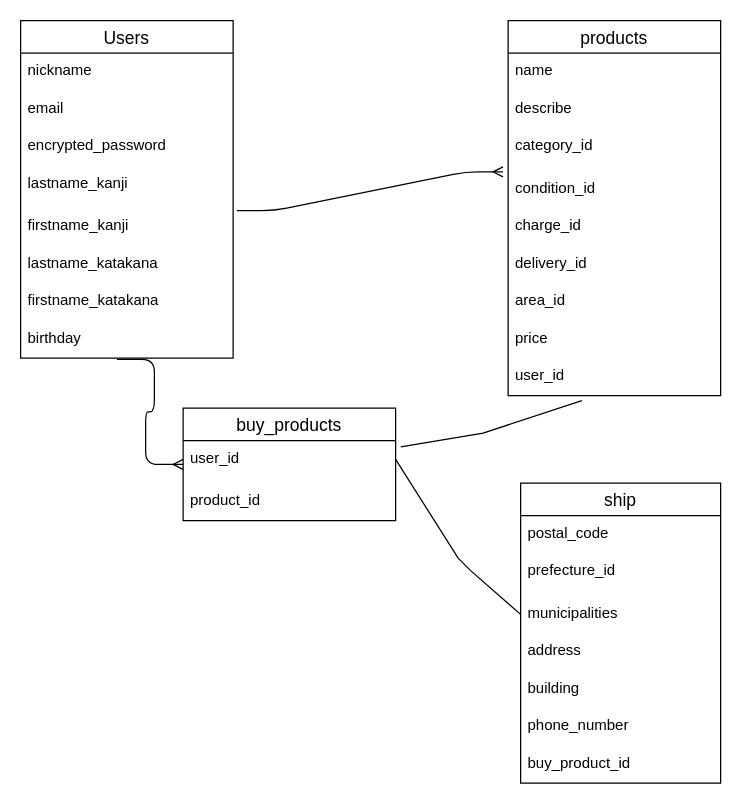
Before: test.dio in danburudoa/furima-34808, a draw.io diagram. Source tidied: cells renumbered, new cells numbered last; positions are measured from the earlier drawing's top-left corner, leaving out a move shared by most shapes. Both pictures are drawn from the tidied source at 125%, with x=0, y=0 at pixel (20, 20).
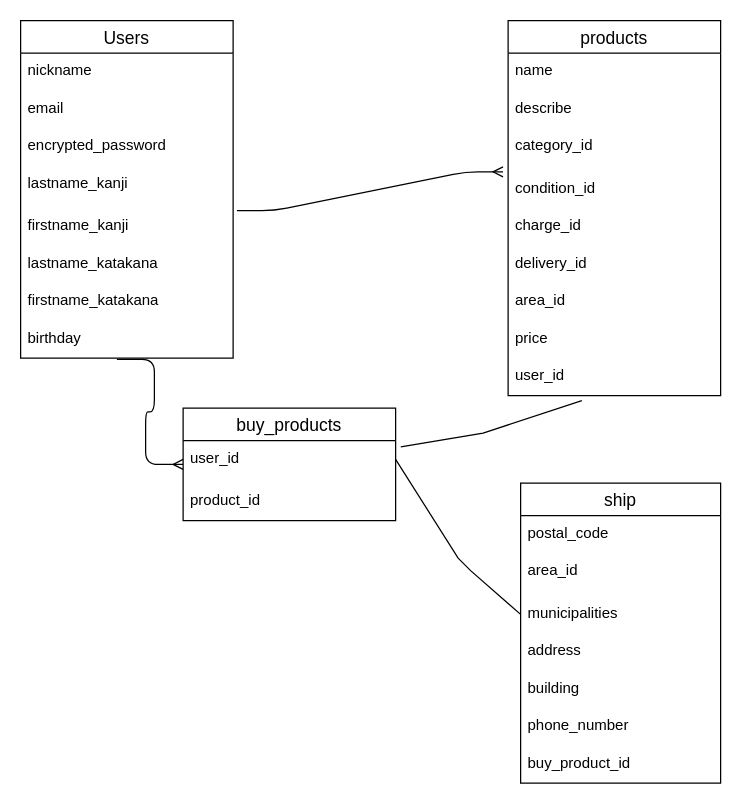
The same page after the edit.

Unchanged cells that the change refers to:
```xml
<mxCell id="26" value="ship" style="swimlane;fontStyle=0;horizontal=1;startSize=26;align=center;fontSize=14;" parent="1" vertex="1">
  <mxGeometry x="400" y="370" width="160" height="240" as="geometry" />
</mxCell>
```

What changed in the source:
```diff
@@
-    <mxCell id="28" value="prefecture_id" style="text;strokeColor=none;fillColor=none;spacingLeft=4;spacingRight=4;overflow=hidden;fontSize=12;" parent="26" vertex="1">
+    <mxCell id="28" value="area_id" style="text;strokeColor=none;fillColor=none;spacingLeft=4;spacingRight=4;overflow=hidden;fontSize=12;" parent="26" vertex="1">
       <mxGeometry y="56" width="160" height="34" as="geometry" />
     </mxCell>
```
